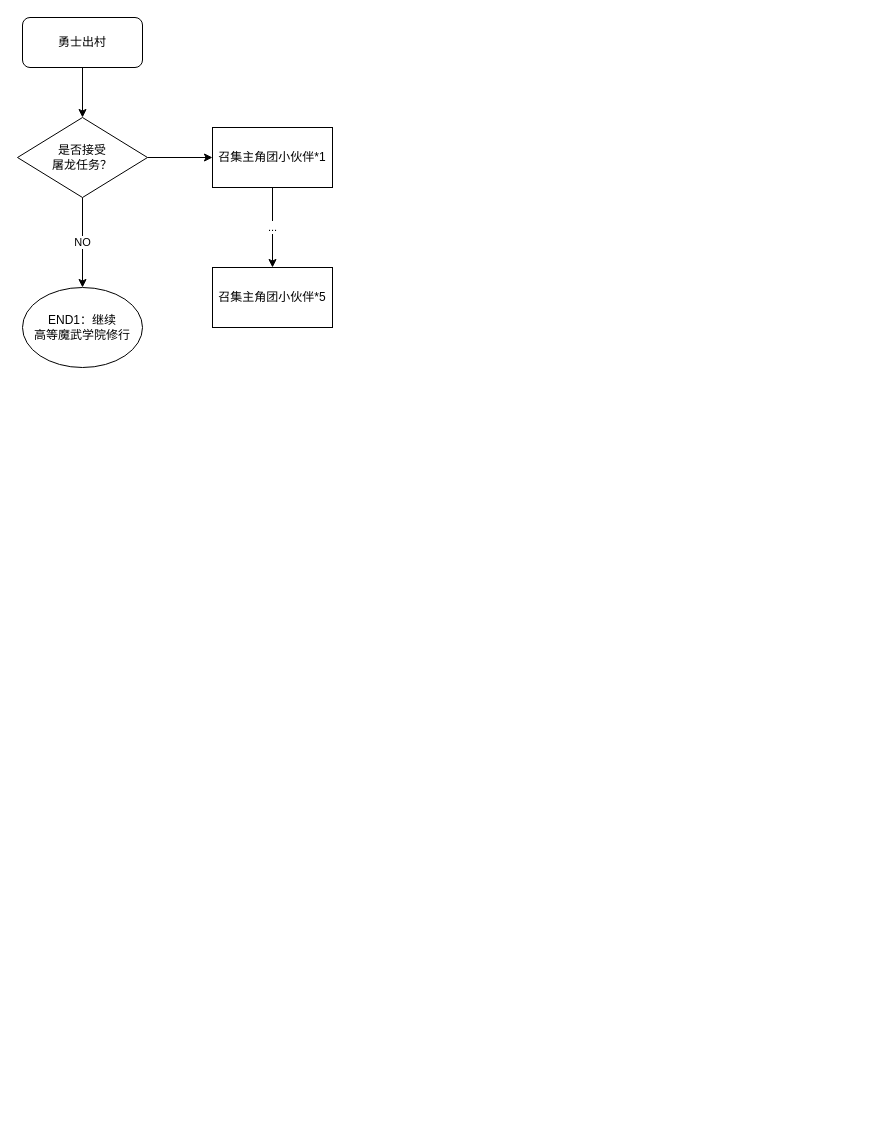
JamieJustTang/HelloWorld keeps this draw.io diagram as Untitled Diagram.drawio. Above is the earlier version. Source tidied: cells renumbered, new cells numbered last; positions are measured from the earlier drawing's top-left corner, leaving out a move shared by most shapes. Both pictures are drawn from the tidied source at 100%, with x=0, y=0 at pixel (17, 17).
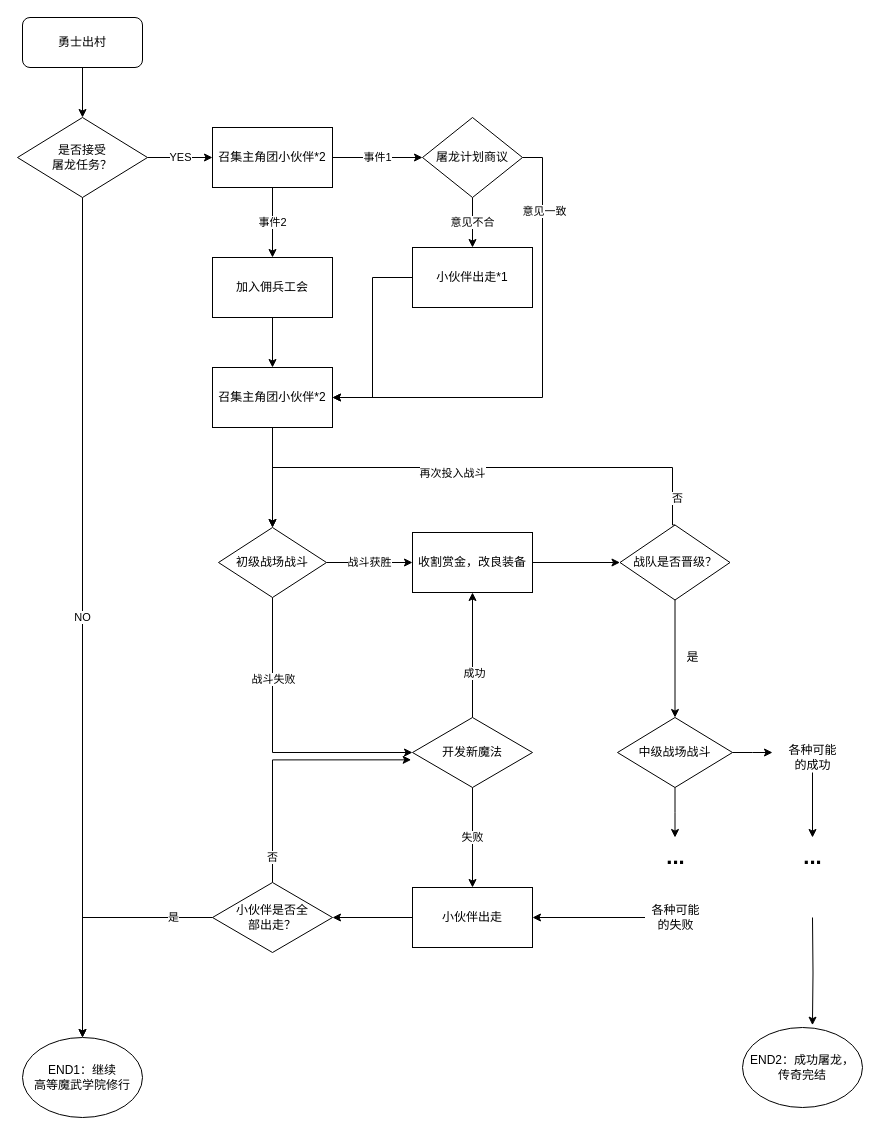
The same diagram, later.

Unchanged cells that the change refers to:
```xml
<mxCell id="6" value="是否接受&lt;br&gt;屠龙任务？" style="rhombus;whiteSpace=wrap;html=1;" parent="1" vertex="1">
  <mxGeometry y="100" width="130" height="80" as="geometry" />
</mxCell>
```

Change to the diagram source:
```diff
@@
-    <mxCell id="5" style="edgeStyle=orthogonalEdgeStyle;rounded=0;jettySize=auto;html=1;entryX=0;entryY=0.5;entryDx=0;entryDy=0;" parent="1" edge="1" source="6" target="9">
+    <mxCell id="5" value="YES" style="edgeStyle=orthogonalEdgeStyle;rounded=0;jettySize=auto;html=1;entryX=0;entryY=0.5;entryDx=0;entryDy=0;" parent="1" edge="1" source="6" target="9">
       <mxGeometry relative="1" as="geometry" />
     </mxCell>
@@
     <mxCell id="7" value="END1：继续&lt;br&gt;高等魔武学院修行" style="ellipse;whiteSpace=wrap;html=1;" parent="1" vertex="1">
-      <mxGeometry x="5" y="270" width="120" height="80" as="geometry" />
+      <mxGeometry x="5" y="1020" width="120" height="80" as="geometry" />
     </mxCell>
-    <mxCell id="8" value="..." style="edgeStyle=orthogonalEdgeStyle;rounded=0;jettySize=auto;html=1;" parent="1" edge="1" source="9" target="10">
-      <mxGeometry relative="1" as="geometry">
-        <Array as="points">
-          <mxPoint x="255" y="210" />
-          <mxPoint x="255" y="210" />
-        </Array>
-      </mxGeometry>
-    </mxCell>
+    <mxCell id="11" value="事件1" style="edgeStyle=orthogonalEdgeStyle;rounded=0;jettySize=auto;html=1;entryX=0;entryY=0.5;entryDx=0;entryDy=0;" parent="1" edge="1" source="9" target="21">
+      <mxGeometry relative="1" as="geometry" />
+    </mxCell>
+    <mxCell id="12" value="事件2" style="edgeStyle=orthogonalEdgeStyle;rounded=0;jettySize=auto;html=1;entryX=0.5;entryY=0;entryDx=0;entryDy=0;" parent="1" edge="1" source="9" target="25">
+      <mxGeometry relative="1" as="geometry" />
+    </mxCell>
-    <mxCell id="9" value="召集主角团小伙伴*1" style="rounded=0;whiteSpace=wrap;html=1;" parent="1" vertex="1">
+    <mxCell id="9" value="召集主角团小伙伴*2" style="rounded=0;whiteSpace=wrap;html=1;" parent="1" vertex="1">
       <mxGeometry x="195" y="110" width="120" height="60" as="geometry" />
     </mxCell>
+    <mxCell id="13" style="edgeStyle=orthogonalEdgeStyle;rounded=0;jettySize=auto;html=1;entryX=0.5;entryY=0;entryDx=0;entryDy=0;" parent="1" edge="1" source="10" target="17">
+      <mxGeometry relative="1" as="geometry" />
+    </mxCell>
-    <mxCell id="10" value="召集主角团小伙伴*5" style="rounded=0;whiteSpace=wrap;html=1;" parent="1" vertex="1">
-      <mxGeometry x="195" y="250" width="120" height="60" as="geometry" />
+    <mxCell id="10" value="召集主角团小伙伴*2" style="rounded=0;whiteSpace=wrap;html=1;" parent="1" vertex="1">
+      <mxGeometry x="195" y="350" width="120" height="60" as="geometry" />
     </mxCell>
+    <mxCell id="14" style="edgeStyle=orthogonalEdgeStyle;rounded=0;jettySize=auto;html=1;entryX=0;entryY=0.5;entryDx=0;entryDy=0;exitX=0.5;exitY=1;exitDx=0;exitDy=0;" parent="1" edge="1" source="17" target="34">
+      <mxGeometry relative="1" as="geometry" />
+    </mxCell>
+    <mxCell id="15" value="战斗失败" style="edgeLabel;html=1;align=center;verticalAlign=middle;" parent="14" vertex="1">
+      <mxGeometry x="-0.45" relative="1" as="geometry" />
+    </mxCell>
+    <mxCell id="16" value="战斗获胜" style="edgeStyle=orthogonalEdgeStyle;rounded=0;jettySize=auto;html=1;entryX=0;entryY=0.5;entryDx=0;entryDy=0;" parent="1" edge="1" source="17" target="30">
+      <mxGeometry relative="1" as="geometry" />
+    </mxCell>
+    <mxCell id="17" value="初级战场战斗" style="rhombus;whiteSpace=wrap;html=1;" parent="1" vertex="1">
+      <mxGeometry x="201" y="510" width="108" height="70" as="geometry" />
+    </mxCell>
+    <mxCell id="18" value="意见不合" style="edgeStyle=orthogonalEdgeStyle;rounded=0;jettySize=auto;html=1;entryX=0.5;entryY=0;entryDx=0;entryDy=0;" parent="1" edge="1" source="21" target="23">
+      <mxGeometry relative="1" as="geometry" />
+    </mxCell>
+    <mxCell id="19" style="edgeStyle=orthogonalEdgeStyle;rounded=0;jettySize=auto;html=1;exitX=1;exitY=0.5;exitDx=0;exitDy=0;" parent="1" edge="1" source="21">
+      <mxGeometry relative="1" as="geometry">
+        <mxPoint x="315" y="380" as="targetPoint" />
+        <Array as="points">
+          <mxPoint x="525" y="140" />
+          <mxPoint x="525" y="380" />
+        </Array>
+      </mxGeometry>
+    </mxCell>
+    <mxCell id="20" value="意见一致" style="edgeLabel;html=1;align=center;verticalAlign=middle;" parent="19" vertex="1">
+      <mxGeometry x="-0.54" y="1" relative="1" as="geometry">
+        <mxPoint y="-35" as="offset" />
+      </mxGeometry>
+    </mxCell>
+    <mxCell id="21" value="屠龙计划商议" style="rhombus;whiteSpace=wrap;html=1;" parent="1" vertex="1">
+      <mxGeometry x="405" y="100" width="100" height="80" as="geometry" />
+    </mxCell>
+    <mxCell id="22" style="edgeStyle=orthogonalEdgeStyle;rounded=0;jettySize=auto;html=1;entryX=1;entryY=0.5;entryDx=0;entryDy=0;" parent="1" edge="1" source="23" target="10">
+      <mxGeometry relative="1" as="geometry" />
+    </mxCell>
+    <mxCell id="23" value="小伙伴出走*1" style="rounded=0;whiteSpace=wrap;html=1;" parent="1" vertex="1">
+      <mxGeometry x="395" y="230" width="120" height="60" as="geometry" />
+    </mxCell>
+    <mxCell id="24" style="edgeStyle=orthogonalEdgeStyle;rounded=0;jettySize=auto;html=1;entryX=0.5;entryY=0;entryDx=0;entryDy=0;" parent="1" edge="1" source="25" target="10">
+      <mxGeometry relative="1" as="geometry" />
+    </mxCell>
+    <mxCell id="25" value="加入佣兵工会" style="rounded=0;whiteSpace=wrap;html=1;" parent="1" vertex="1">
+      <mxGeometry x="195" y="240" width="120" height="60" as="geometry" />
+    </mxCell>
+    <mxCell id="26" style="edgeStyle=orthogonalEdgeStyle;rounded=0;jettySize=auto;html=1;entryX=0.5;entryY=0;entryDx=0;entryDy=0;exitX=0.5;exitY=0;exitDx=0;exitDy=0;" parent="1" edge="1" source="42" target="17">
+      <mxGeometry relative="1" as="geometry">
+        <Array as="points">
+          <mxPoint x="655" y="450" />
+          <mxPoint x="255" y="450" />
+        </Array>
+      </mxGeometry>
+    </mxCell>
+    <mxCell id="27" value="再次投入战斗" style="edgeLabel;html=1;align=center;verticalAlign=middle;" parent="26" vertex="1">
+      <mxGeometry x="0.08" y="5" relative="1" as="geometry" />
+    </mxCell>
+    <mxCell id="28" value="否" style="edgeLabel;html=1;align=center;verticalAlign=middle;" parent="26" vertex="1">
+      <mxGeometry x="-0.52" y="1" relative="1" as="geometry">
+        <mxPoint x="69" y="29" as="offset" />
+      </mxGeometry>
+    </mxCell>
+    <mxCell id="29" style="edgeStyle=orthogonalEdgeStyle;rounded=0;jettySize=auto;html=1;" parent="1" edge="1" source="30" target="42">
+      <mxGeometry relative="1" as="geometry" />
+    </mxCell>
+    <mxCell id="30" value="收割赏金，改良装备" style="rounded=0;whiteSpace=wrap;html=1;" parent="1" vertex="1">
+      <mxGeometry x="395" y="515" width="120" height="60" as="geometry" />
+    </mxCell>
+    <mxCell id="31" value="失败" style="edgeStyle=orthogonalEdgeStyle;rounded=0;jettySize=auto;html=1;" parent="1" edge="1" source="34" target="36">
+      <mxGeometry relative="1" as="geometry" />
+    </mxCell>
+    <mxCell id="32" style="edgeStyle=orthogonalEdgeStyle;rounded=0;jettySize=auto;html=1;entryX=0.5;entryY=1;entryDx=0;entryDy=0;" parent="1" edge="1" source="34" target="30">
+      <mxGeometry relative="1" as="geometry" />
+    </mxCell>
+    <mxCell id="33" value="成功" style="edgeLabel;html=1;align=center;verticalAlign=middle;" parent="32" vertex="1">
+      <mxGeometry x="-0.28" y="-1" relative="1" as="geometry" />
+    </mxCell>
+    <mxCell id="34" value="开发新魔法" style="rhombus;whiteSpace=wrap;html=1;" parent="1" vertex="1">
+      <mxGeometry x="395" y="700" width="120" height="70" as="geometry" />
+    </mxCell>
+    <mxCell id="35" style="edgeStyle=orthogonalEdgeStyle;rounded=0;jettySize=auto;html=1;entryX=1;entryY=0.5;entryDx=0;entryDy=0;" parent="1" edge="1" source="36" target="40">
+      <mxGeometry relative="1" as="geometry" />
+    </mxCell>
+    <mxCell id="36" value="小伙伴出走" style="rounded=0;whiteSpace=wrap;html=1;" parent="1" vertex="1">
+      <mxGeometry x="395" y="870" width="120" height="60" as="geometry" />
+    </mxCell>
+    <mxCell id="37" style="edgeStyle=orthogonalEdgeStyle;rounded=0;jettySize=auto;html=1;" parent="1" edge="1" source="40" target="7">
+      <mxGeometry relative="1" as="geometry" />
+    </mxCell>
+    <mxCell id="38" value="是" style="edgeLabel;html=1;align=center;verticalAlign=middle;" parent="37" vertex="1">
+      <mxGeometry x="0.13" y="6" relative="1" as="geometry">
+        <mxPoint x="84" y="-12" as="offset" />
+      </mxGeometry>
+    </mxCell>
+    <mxCell id="39" value="否" style="edgeStyle=orthogonalEdgeStyle;rounded=0;jettySize=auto;html=1;entryX=-0.011;entryY=0.605;entryDx=0;entryDy=0;entryPerimeter=0;" parent="1" edge="1" source="40" target="34">
+      <mxGeometry x="-0.81" relative="1" as="geometry">
+        <Array as="points">
+          <mxPoint x="255" y="742" />
+        </Array>
+      </mxGeometry>
+    </mxCell>
+    <mxCell id="40" value="小伙伴是否全&lt;br&gt;部出走？" style="rhombus;whiteSpace=wrap;html=1;" parent="1" vertex="1">
+      <mxGeometry x="195" y="865" width="120" height="70" as="geometry" />
+    </mxCell>
+    <mxCell id="41" style="edgeStyle=orthogonalEdgeStyle;rounded=0;jettySize=auto;html=1;entryX=0.5;entryY=0;entryDx=0;entryDy=0;" parent="1" edge="1" source="42" target="45">
+      <mxGeometry relative="1" as="geometry" />
+    </mxCell>
+    <mxCell id="42" value="战队是否晋级？" style="rhombus;whiteSpace=wrap;html=1;rounded=0;" parent="1" vertex="1">
+      <mxGeometry x="602.5" y="507.5" width="110" height="75" as="geometry" />
+    </mxCell>
+    <mxCell id="43" style="edgeStyle=orthogonalEdgeStyle;rounded=0;jettySize=auto;html=1;" parent="1" edge="1" source="45">
+      <mxGeometry relative="1" as="geometry">
+        <mxPoint x="657.5" y="820" as="targetPoint" />
+      </mxGeometry>
+    </mxCell>
+    <mxCell id="44" style="edgeStyle=orthogonalEdgeStyle;rounded=0;jettySize=auto;html=1;" parent="1" edge="1" source="45">
+      <mxGeometry relative="1" as="geometry">
+        <mxPoint x="755" y="735" as="targetPoint" />
+      </mxGeometry>
+    </mxCell>
+    <mxCell id="45" value="中级战场战斗" style="rhombus;whiteSpace=wrap;html=1;" parent="1" vertex="1">
+      <mxGeometry x="600" y="700" width="115" height="70" as="geometry" />
+    </mxCell>
+    <mxCell id="46" value="是" style="text;html=1;align=center;verticalAlign=middle;strokeColor=none;fillColor=none;" parent="1" vertex="1">
+      <mxGeometry x="660" y="630" width="30" height="20" as="geometry" />
+    </mxCell>
+    <mxCell id="47" value="&lt;b&gt;&lt;font style=&quot;font-size: 22px&quot;&gt;...&lt;/font&gt;&lt;/b&gt;" style="text;html=1;align=center;verticalAlign=middle;strokeColor=none;fillColor=none;" parent="1" vertex="1">
+      <mxGeometry x="642.5" y="830" width="30" height="20" as="geometry" />
+    </mxCell>
+    <mxCell id="48" style="edgeStyle=orthogonalEdgeStyle;rounded=0;jettySize=auto;html=1;entryX=1;entryY=0.5;entryDx=0;entryDy=0;" parent="1" edge="1" source="49" target="36">
+      <mxGeometry relative="1" as="geometry" />
+    </mxCell>
+    <mxCell id="49" value="各种可能&lt;br&gt;的失败" style="text;html=1;align=center;verticalAlign=middle;points=[];strokeColor=none;fillColor=none;" parent="1" vertex="1">
+      <mxGeometry x="627.5" y="885" width="60" height="30" as="geometry" />
+    </mxCell>
+    <mxCell id="50" style="edgeStyle=orthogonalEdgeStyle;rounded=0;jettySize=auto;html=1;" parent="1" edge="1" source="51">
+      <mxGeometry relative="1" as="geometry">
+        <mxPoint x="795" y="820" as="targetPoint" />
+      </mxGeometry>
+    </mxCell>
+    <mxCell id="51" value="各种可能&lt;br&gt;的成功" style="text;html=1;align=center;verticalAlign=middle;points=[];strokeColor=none;fillColor=none;" parent="1" vertex="1">
+      <mxGeometry x="765" y="725" width="60" height="30" as="geometry" />
+    </mxCell>
+    <mxCell id="52" style="edgeStyle=orthogonalEdgeStyle;rounded=0;jettySize=auto;html=1;entryX=0.583;entryY=-0.029;entryDx=0;entryDy=0;entryPerimeter=0;" parent="1" edge="1" target="54">
+      <mxGeometry relative="1" as="geometry">
+        <mxPoint x="795" y="900" as="sourcePoint" />
+      </mxGeometry>
+    </mxCell>
+    <mxCell id="53" value="&lt;b&gt;&lt;font style=&quot;font-size: 22px&quot;&gt;...&lt;/font&gt;&lt;/b&gt;" style="text;html=1;align=center;verticalAlign=middle;strokeColor=none;fillColor=none;" parent="1" vertex="1">
+      <mxGeometry x="780" y="830" width="30" height="20" as="geometry" />
+    </mxCell>
+    <mxCell id="54" value="END2：成功屠龙，&lt;br&gt;传奇完结" style="ellipse;whiteSpace=wrap;html=1;" parent="1" vertex="1">
+      <mxGeometry x="725" y="1010" width="120" height="80" as="geometry" />
+    </mxCell>
```
